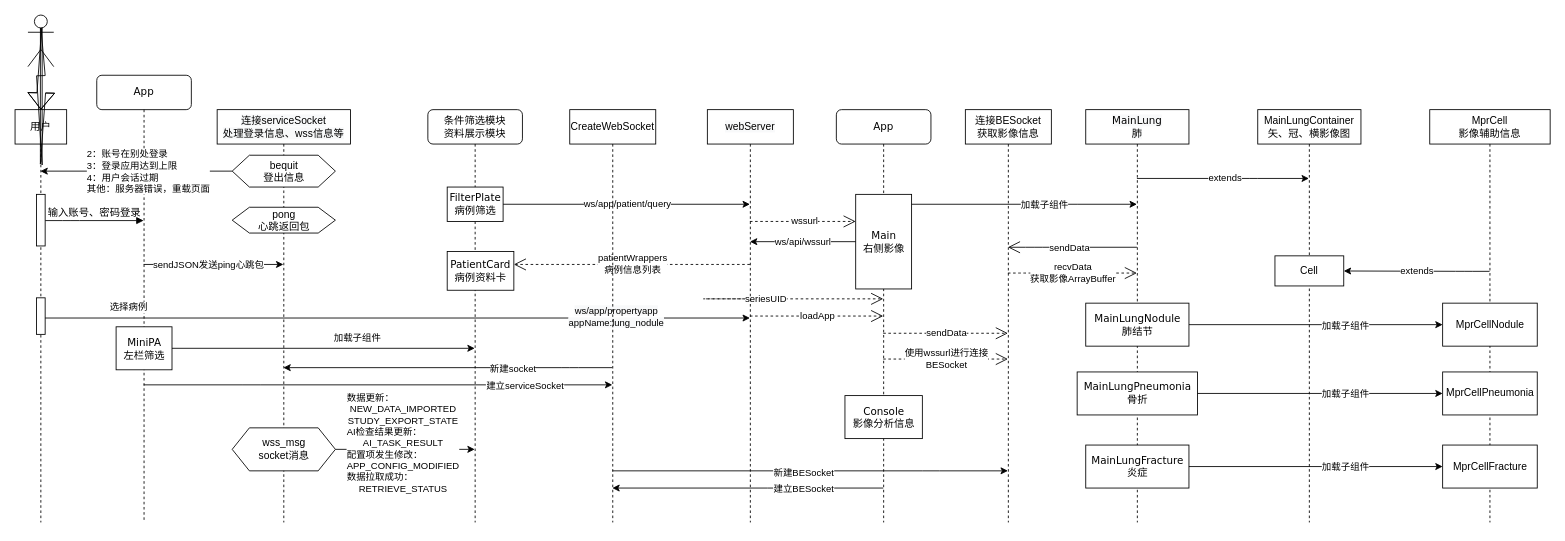
xingshijun/myBlog keeps this draw.io diagram as Untitled Diagram.drawio. Above is the earlier version. Source tidied: cells renumbered, new cells numbered last; positions are measured from the earlier drawing's top-left corner, leaving out a move shared by most shapes. Both pictures are drawn from the tidied source at 86%, with x=0, y=0 at pixel (15, 15).
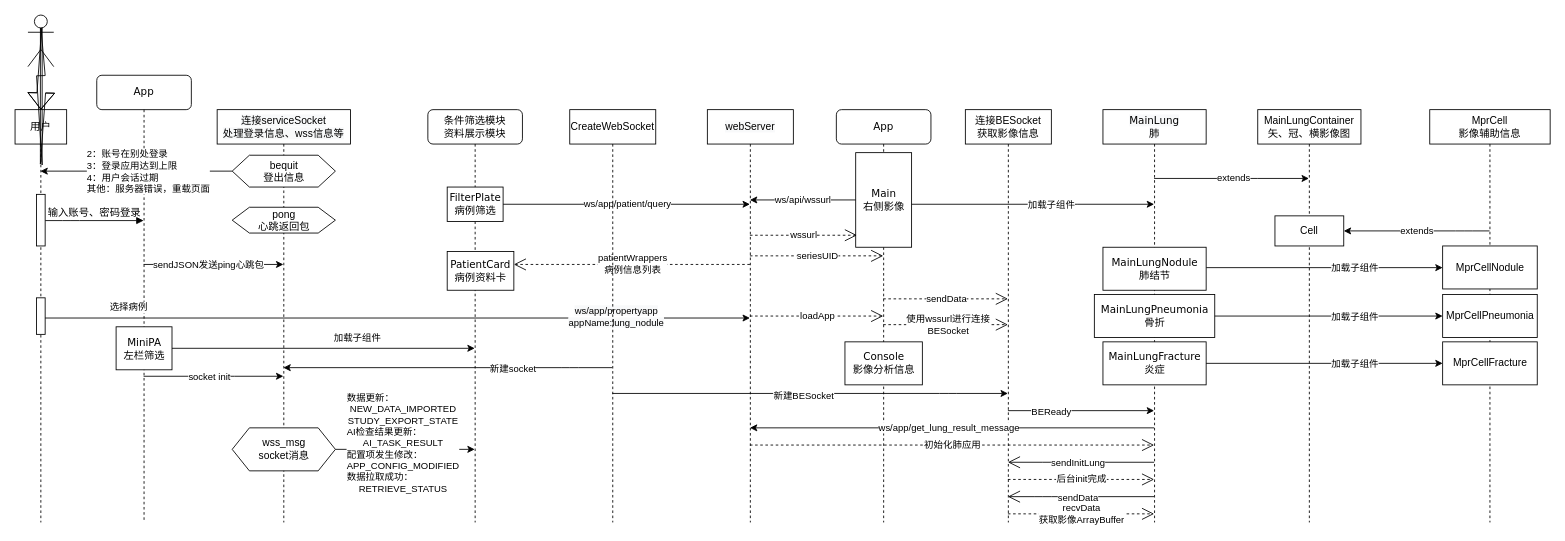
After the change.

The change refers to these unchanged cells:
```xml
<mxCell id="5" value="App" style="shape=umlLifeline;perimeter=lifelinePerimeter;whiteSpace=wrap;html=1;outlineConnect=0;rounded=1;shadow=0;comic=0;labelBackgroundColor=none;strokeWidth=1;fontFamily=Verdana;fontSize=12;align=center;" parent="1" vertex="1">
  <mxGeometry x="95" y="70" width="110" height="520" as="geometry" />
</mxCell>
<mxCell id="11" value="App" style="shape=umlLifeline;perimeter=lifelinePerimeter;whiteSpace=wrap;html=1;outlineConnect=0;rounded=1;shadow=0;comic=0;labelBackgroundColor=none;strokeWidth=1;fontFamily=Verdana;fontSize=12;align=center;" parent="1" vertex="1">
  <mxGeometry x="955" y="110" width="110" height="480" as="geometry" />
</mxCell>
<mxCell id="34" value="MprCell&lt;br&gt;影像辅助信息" style="shape=umlLifeline;perimeter=lifelinePerimeter;whiteSpace=wrap;html=1;outlineConnect=0;" parent="1" vertex="1">
  <mxGeometry x="1645" y="110" width="140" height="480" as="geometry" />
</mxCell>
<mxCell id="36" value="&lt;span style=&quot;font-family: &amp;#34;helvetica&amp;#34;&quot;&gt;MainLungContainer&lt;br&gt;&lt;/span&gt;矢、冠、横影像图" style="shape=umlLifeline;perimeter=lifelinePerimeter;whiteSpace=wrap;html=1;outlineConnect=0;" parent="1" vertex="1">
  <mxGeometry x="1445" y="110" width="120" height="480" as="geometry" />
</mxCell>
<mxCell id="42" value="连接BESocket&lt;br&gt;获取影像信息" style="shape=umlLifeline;perimeter=lifelinePerimeter;whiteSpace=wrap;html=1;outlineConnect=0;" parent="1" vertex="1">
  <mxGeometry x="1105" y="110" width="100" height="480" as="geometry" />
</mxCell>
<mxCell id="43" value="&#10;&#10;&lt;span style=&quot;color: rgb(0, 0, 0); font-family: helvetica; font-size: 12px; font-style: normal; font-weight: 400; letter-spacing: normal; text-align: center; text-indent: 0px; text-transform: none; word-spacing: 0px; background-color: rgb(248, 249, 250); display: inline; float: none;&quot;&gt;webServer&lt;/span&gt;&#10;&#10;" style="shape=umlLifeline;perimeter=lifelinePerimeter;whiteSpace=wrap;html=1;outlineConnect=0;" parent="1" vertex="1">
  <mxGeometry x="805" y="110" width="100" height="480" as="geometry" />
</mxCell>
<mxCell id="44" value="&#10;&#10;&lt;span style=&quot;color: rgb(0, 0, 0); font-family: helvetica; font-size: 12px; font-style: normal; font-weight: 400; letter-spacing: normal; text-align: center; text-indent: 0px; text-transform: none; word-spacing: 0px; background-color: rgb(248, 249, 250); display: inline; float: none;&quot;&gt;连接serviceSocket&lt;/span&gt;&lt;br style=&quot;color: rgb(0, 0, 0); font-family: helvetica; font-size: 12px; font-style: normal; font-weight: 400; letter-spacing: normal; text-align: center; text-indent: 0px; text-transform: none; word-spacing: 0px; background-color: rgb(248, 249, 250);&quot;&gt;&lt;span style=&quot;color: rgb(0, 0, 0); font-family: helvetica; font-size: 12px; font-style: normal; font-weight: 400; letter-spacing: normal; text-align: center; text-indent: 0px; text-transform: none; word-spacing: 0px; background-color: rgb(248, 249, 250); display: inline; float: none;&quot;&gt;处理登录信息、wss信息等&lt;/span&gt;&#10;&#10;" style="shape=umlLifeline;perimeter=lifelinePerimeter;whiteSpace=wrap;html=1;outlineConnect=0;" parent="1" vertex="1">
  <mxGeometry x="235" y="110" width="155" height="480" as="geometry" />
</mxCell>
<mxCell id="61" value="CreateWebSocket" style="shape=umlLifeline;perimeter=lifelinePerimeter;whiteSpace=wrap;html=1;outlineConnect=0;" parent="1" vertex="1">
  <mxGeometry x="645" y="110" width="100" height="480" as="geometry" />
</mxCell>
```

Diff of the diagram source:
```diff
@@
     <mxCell id="12" value="Console&lt;br&gt;影像分析信息" style="html=1;perimeter=orthogonalPerimeter;rounded=0;shadow=0;comic=0;labelBackgroundColor=none;strokeWidth=1;fontFamily=Verdana;fontSize=12;align=center;" parent="11" vertex="1">
-      <mxGeometry x="10" y="332.5" width="90" height="50" as="geometry" />
+      <mxGeometry x="10" y="270" width="90" height="50" as="geometry" />
     </mxCell>
     <mxCell id="13" value="Main&lt;br&gt;右侧影像" style="html=1;points=[];perimeter=orthogonalPerimeter;rounded=0;shadow=0;comic=0;labelBackgroundColor=none;strokeWidth=1;fontFamily=Verdana;fontSize=12;align=center;" parent="11" vertex="1">
-      <mxGeometry x="22.5" y="98.5" width="65" height="110" as="geometry" />
+      <mxGeometry x="22.5" y="50" width="65" height="110" as="geometry" />
     </mxCell>
@@
-    <mxCell id="15" value="wssurl" style="endArrow=open;endSize=12;dashed=1;html=1;" parent="1" edge="1" source="43" target="13">
-      <mxGeometry x="0.02" relative="1" as="geometry">
-        <Array as="points">
-          <mxPoint x="855" y="240" />
-        </Array>
-      </mxGeometry>
+    <mxCell id="15" value="wssurl" style="endArrow=open;endSize=12;dashed=1;html=1;entryX=0.023;entryY=0.873;entryDx=0;entryDy=0;entryPerimeter=0;" parent="1" edge="1" source="43" target="13">
+      <mxGeometry relative="1" as="geometry" />
     </mxCell>
     <mxCell id="16" value="使用wssurl进行连接&lt;br&gt;BESocket" style="endArrow=open;endSize=12;dashed=1;html=1;" parent="1" edge="1" source="11" target="42">
-      <mxGeometry relative="1" as="geometry">
+      <mxGeometry x="0.04" relative="1" as="geometry">
         <Array as="points">
-          <mxPoint x="1075" y="400" />
+          <mxPoint x="1075" y="360" />
         </Array>
       </mxGeometry>
     </mxCell>
@@
     <mxCell id="21" value="recvData&lt;br&gt;获取影像ArrayBuffer" style="endArrow=open;endSize=12;dashed=1;html=1;" parent="1" edge="1" source="42" target="38">
       <mxGeometry relative="1" as="geometry">
         <Array as="points">
-          <mxPoint x="1175" y="300" />
+          <mxPoint x="1185" y="580" />
         </Array>
       </mxGeometry>
     </mxCell>
@@
     <mxCell id="26" value="seriesUID" style="endArrow=open;endSize=12;dashed=1;html=1;" parent="1" edge="1" source="43" target="11">
       <mxGeometry relative="1" as="geometry">
         <Array as="points">
-          <mxPoint x="795" y="330" />
+          <mxPoint x="885" y="280" />
         </Array>
       </mxGeometry>
     </mxCell>
@@
     <mxCell id="35" value="MprCellNodule" style="html=1;" parent="34" vertex="1">
-      <mxGeometry x="15" y="225" width="110" height="50" as="geometry" />
+      <mxGeometry x="15" y="158.5" width="110" height="50" as="geometry" />
     </mxCell>
@@
     <mxCell id="37" value="Cell" style="rounded=0;whiteSpace=wrap;html=1;" parent="36" vertex="1">
-      <mxGeometry x="20" y="170" width="80" height="35" as="geometry" />
+      <mxGeometry x="20" y="123.5" width="80" height="35" as="geometry" />
     </mxCell>
     <mxCell id="38" value="&#10;&#10;&lt;span style=&quot;color: rgb(0, 0, 0); font-family: verdana; font-size: 12px; font-style: normal; font-weight: 400; letter-spacing: normal; text-align: center; text-indent: 0px; text-transform: none; word-spacing: 0px; background-color: rgb(248, 249, 250); display: inline; float: none;&quot;&gt;MainLung&lt;/span&gt;&lt;br style=&quot;color: rgb(0, 0, 0); font-family: verdana; font-size: 12px; font-style: normal; font-weight: 400; letter-spacing: normal; text-align: center; text-indent: 0px; text-transform: none; word-spacing: 0px; background-color: rgb(248, 249, 250);&quot;&gt;&lt;span style=&quot;color: rgb(0, 0, 0); font-family: verdana; font-size: 12px; font-style: normal; font-weight: 400; letter-spacing: normal; text-align: center; text-indent: 0px; text-transform: none; word-spacing: 0px; background-color: rgb(248, 249, 250); display: inline; float: none;&quot;&gt;肺&lt;/span&gt;&#10;&#10;" style="shape=umlLifeline;perimeter=lifelinePerimeter;whiteSpace=wrap;html=1;outlineConnect=0;" parent="1" vertex="1">
-      <mxGeometry x="1245" y="110" width="120" height="480" as="geometry" />
+      <mxGeometry x="1265" y="110" width="120" height="480" as="geometry" />
     </mxCell>
     <mxCell id="39" value="MainLungNodule&lt;br&gt;肺结节" style="html=1;points=[];perimeter=orthogonalPerimeter;rounded=0;shadow=0;comic=0;labelBackgroundColor=none;strokeWidth=1;fontFamily=Verdana;fontSize=12;align=center;" parent="38" vertex="1">
-      <mxGeometry y="225" width="120" height="50" as="geometry" />
+      <mxGeometry y="160" width="120" height="50" as="geometry" />
     </mxCell>
     <mxCell id="40" value="MainLungPneumonia&lt;br&gt;骨折" style="html=1;points=[];perimeter=orthogonalPerimeter;rounded=0;shadow=0;comic=0;labelBackgroundColor=none;strokeWidth=1;fontFamily=Verdana;fontSize=12;align=center;" parent="38" vertex="1">
-      <mxGeometry x="-10" y="305" width="140" height="50" as="geometry" />
+      <mxGeometry x="-10" y="215" width="140" height="50" as="geometry" />
     </mxCell>
     <mxCell id="41" value="MainLungFracture&lt;br&gt;炎症" style="html=1;points=[];perimeter=orthogonalPerimeter;rounded=0;shadow=0;comic=0;labelBackgroundColor=none;strokeWidth=1;fontFamily=Verdana;fontSize=12;align=center;" parent="38" vertex="1">
-      <mxGeometry y="390" width="120" height="50" as="geometry" />
+      <mxGeometry y="270" width="120" height="50" as="geometry" />
     </mxCell>
@@
     <mxCell id="53" value="MprCellPneumonia" style="html=1;" parent="1" vertex="1">
-      <mxGeometry x="1660" y="415" width="110" height="50" as="geometry" />
+      <mxGeometry x="1660" y="325" width="110" height="50" as="geometry" />
     </mxCell>
     <mxCell id="54" value="MprCellFracture" style="html=1;" parent="1" vertex="1">
-      <mxGeometry x="1660" y="500" width="110" height="50" as="geometry" />
+      <mxGeometry x="1660" y="380" width="110" height="50" as="geometry" />
     </mxCell>
@@
     <mxCell id="59" value="extends" style="endArrow=classic;html=1;" parent="1" edge="1" source="34" target="37">
       <mxGeometry x="0.01" relative="1" as="geometry">
         <Array as="points">
-          <mxPoint x="1685" y="298" />
+          <mxPoint x="1685" y="251" />
         </Array>
         <mxPoint x="1" as="offset" />
       </mxGeometry>
     </mxCell>
     <mxCell id="60" value="sendData" style="endArrow=open;endSize=12;dashed=1;html=1;" parent="1" edge="1" source="11" target="42">
       <mxGeometry relative="1" as="geometry">
         <Array as="points">
-          <mxPoint x="1080.3" y="370" />
+          <mxPoint x="1035" y="330" />
         </Array>
       </mxGeometry>
     </mxCell>
@@
-    <mxCell id="64" style="endArrow=classic;html=1;" parent="1" edge="1" source="5" target="61">
-      <mxGeometry relative="1" as="geometry">
-        <Array as="points">
-          <mxPoint x="275" y="430" />
-        </Array>
-      </mxGeometry>
-    </mxCell>
-    <mxCell id="65" value="建立serviceSocket" style="edgeLabel;html=1;align=center;verticalAlign=middle;" parent="64" vertex="1">
-      <mxGeometry x="0.57" relative="1" as="geometry">
-        <mxPoint x="15" as="offset" />
-      </mxGeometry>
-    </mxCell>
-    <mxCell id="66" style="endArrow=classic;html=1;" parent="1" edge="1" source="11" target="61">
+    <mxCell id="66" style="endArrow=classic;html=1;" parent="1" edge="1" source="42" target="38">
       <mxGeometry relative="1" as="geometry">
         <Array as="points">
-          <mxPoint x="885" y="550" />
+          <mxPoint x="1195" y="460" />
         </Array>
       </mxGeometry>
     </mxCell>
-    <mxCell id="67" value="建立BESocket" style="edgeLabel;html=1;align=center;verticalAlign=middle;" parent="66" vertex="1">
+    <mxCell id="67" value="BEReady" style="edgeLabel;html=1;align=center;verticalAlign=middle;" parent="66" vertex="1">
       <mxGeometry x="-0.41" y="3" relative="1" as="geometry">
-        <mxPoint y="-3" as="offset" />
+        <mxPoint y="3" as="offset" />
       </mxGeometry>
     </mxCell>
     <mxCell id="68" style="endArrow=classic;html=1;" parent="1" edge="1" source="61" target="42">
       <mxGeometry relative="1" as="geometry">
         <Array as="points">
-          <mxPoint x="1065" y="530" />
+          <mxPoint x="1085" y="440" />
         </Array>
       </mxGeometry>
     </mxCell>
@@
     <mxCell id="70" style="endArrow=open;endFill=1;endSize=12;html=1;" parent="1" edge="1" source="38" target="42">
       <mxGeometry relative="1" as="geometry">
         <Array as="points">
-          <mxPoint x="1185" y="270" />
+          <mxPoint x="1195" y="560" />
         </Array>
       </mxGeometry>
     </mxCell>
@@
+    <mxCell id="74" style="endArrow=classic;html=1;" parent="1" edge="1" source="5" target="44">
+      <mxGeometry relative="1" as="geometry">
+        <Array as="points">
+          <mxPoint x="245" y="420" />
+        </Array>
+      </mxGeometry>
+    </mxCell>
+    <mxCell id="75" value="socket init" style="edgeLabel;html=1;align=center;verticalAlign=middle;" parent="74" vertex="1">
+      <mxGeometry x="-0.08" relative="1" as="geometry">
+        <mxPoint x="1" as="offset" />
+      </mxGeometry>
+    </mxCell>
+    <mxCell id="76" style="endArrow=classic;html=1;" parent="1" edge="1" source="38" target="43">
+      <mxGeometry relative="1" as="geometry">
+        <Array as="points">
+          <mxPoint x="1105" y="480" />
+        </Array>
+      </mxGeometry>
+    </mxCell>
+    <mxCell id="77" value="ws/app/get_lung_result_message" style="edgeLabel;html=1;align=center;verticalAlign=middle;" parent="76" vertex="1">
+      <mxGeometry x="0.02" y="-1" relative="1" as="geometry">
+        <mxPoint x="1" as="offset" />
+      </mxGeometry>
+    </mxCell>
+    <mxCell id="78" value="初始化肺应用" style="endArrow=open;endSize=12;dashed=1;html=1;" parent="1" edge="1" source="43" target="38">
+      <mxGeometry relative="1" as="geometry">
+        <Array as="points">
+          <mxPoint x="1175" y="500" />
+        </Array>
+      </mxGeometry>
+    </mxCell>
+    <mxCell id="79" value="后台init完成" style="endArrow=open;endSize=12;dashed=1;html=1;" parent="1" edge="1" source="42" target="38">
+      <mxGeometry relative="1" as="geometry">
+        <Array as="points">
+          <mxPoint x="1235" y="540" />
+        </Array>
+      </mxGeometry>
+    </mxCell>
+    <mxCell id="80" style="endArrow=open;endFill=1;endSize=12;html=1;" parent="1" edge="1" source="38" target="42">
+      <mxGeometry relative="1" as="geometry">
+        <Array as="points">
+          <mxPoint x="1205" y="520" />
+        </Array>
+      </mxGeometry>
+    </mxCell>
+    <mxCell id="81" value="sendInitLung" style="edgeLabel;html=1;align=center;verticalAlign=middle;" parent="80" vertex="1">
+      <mxGeometry x="0.02" y="1" relative="1" as="geometry">
+        <mxPoint x="-2" y="-1" as="offset" />
+      </mxGeometry>
+    </mxCell>
```
